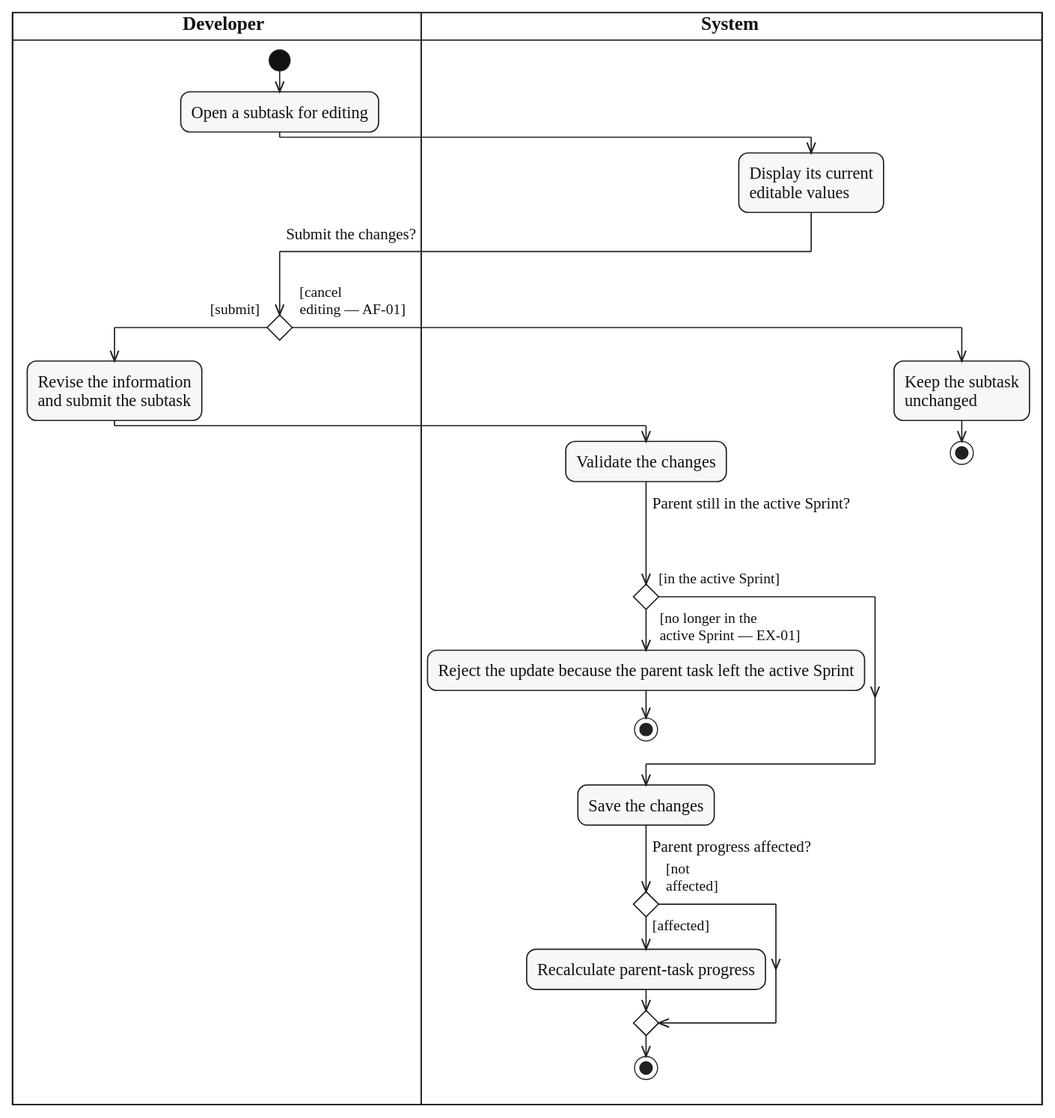
Earlier version of the PlantUML export diagrams/activity/sprint-work/svg/UC-SUBTASK-UPDATE.svg (lukenab/swd392-doc-automation). Its source is kept beside it as diagrams/activity/sprint-work/source/UC-SUBTASK-UPDATE.puml.
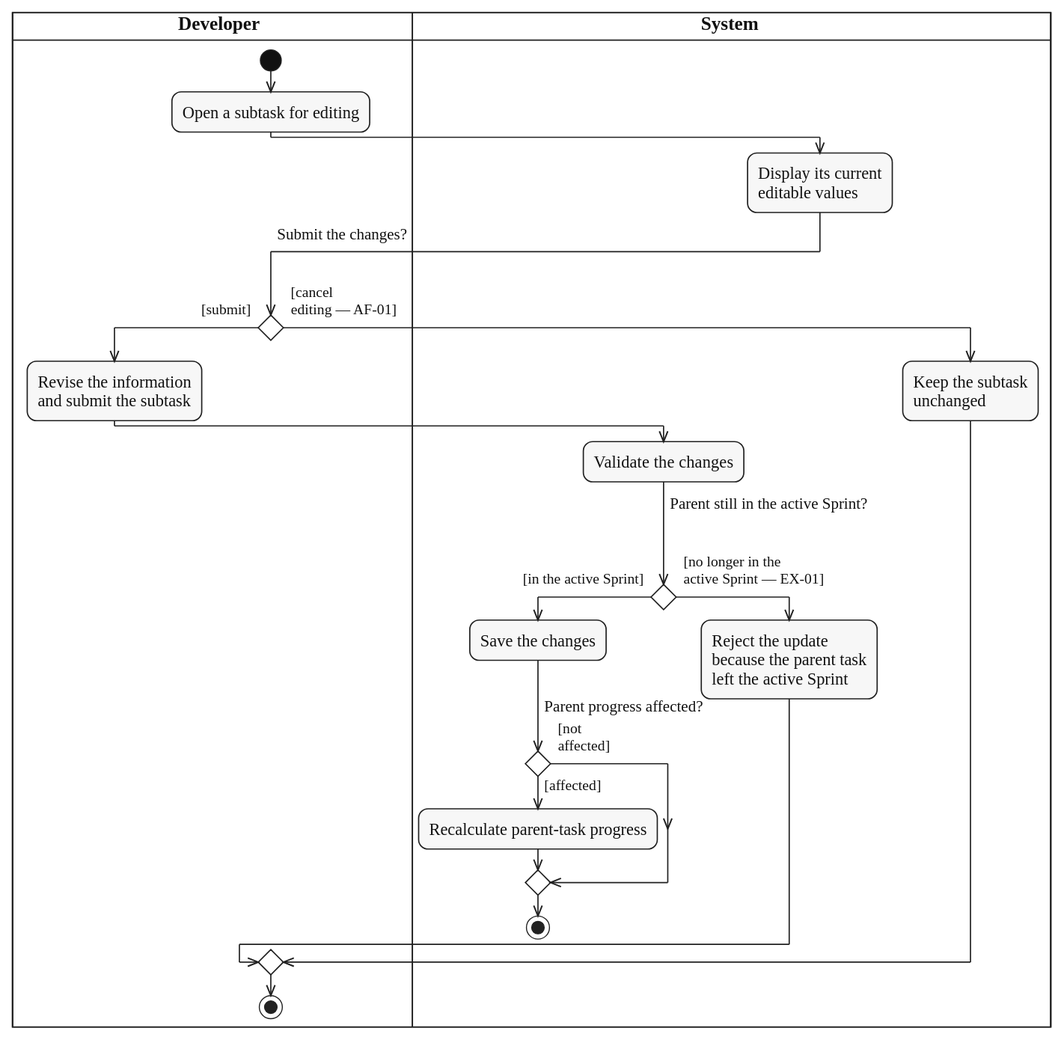
The same file after the commit.

Change to the diagram source:
```diff
@@ -16,20 +16,22 @@
   |SYS|
   :Validate the changes;
   if ($question_x("Parent still in the active Sprint?")) then ($guard_left("[in the active Sprint]"))
+    :Save the changes;
+    if ($question("Parent progress affected?")) then ($guard_left("[affected]"))
+      :Recalculate parent-task progress;
+    else ($guard_right("[not", "affected]"))
+    endif
+    stop
   else ($guard_right("[no longer in the", "active Sprint — EX-01]"))
-    :Reject the update because the parent task left the active Sprint;
-    stop
+    :Reject the update
+    because the parent task
+    left the active Sprint;
   endif
-  :Save the changes;
-  if ($question("Parent progress affected?")) then ($guard_left("[affected]"))
-    :Recalculate parent-task progress;
-  else ($guard_right("[not", "affected]"))
-  endif
-  stop
 else ($guard_right("[cancel", "editing — AF-01]"))
   |SYS|
   :Keep the subtask
   unchanged;
-  stop
 endif
+|DEV|
+stop
 @enduml
```
